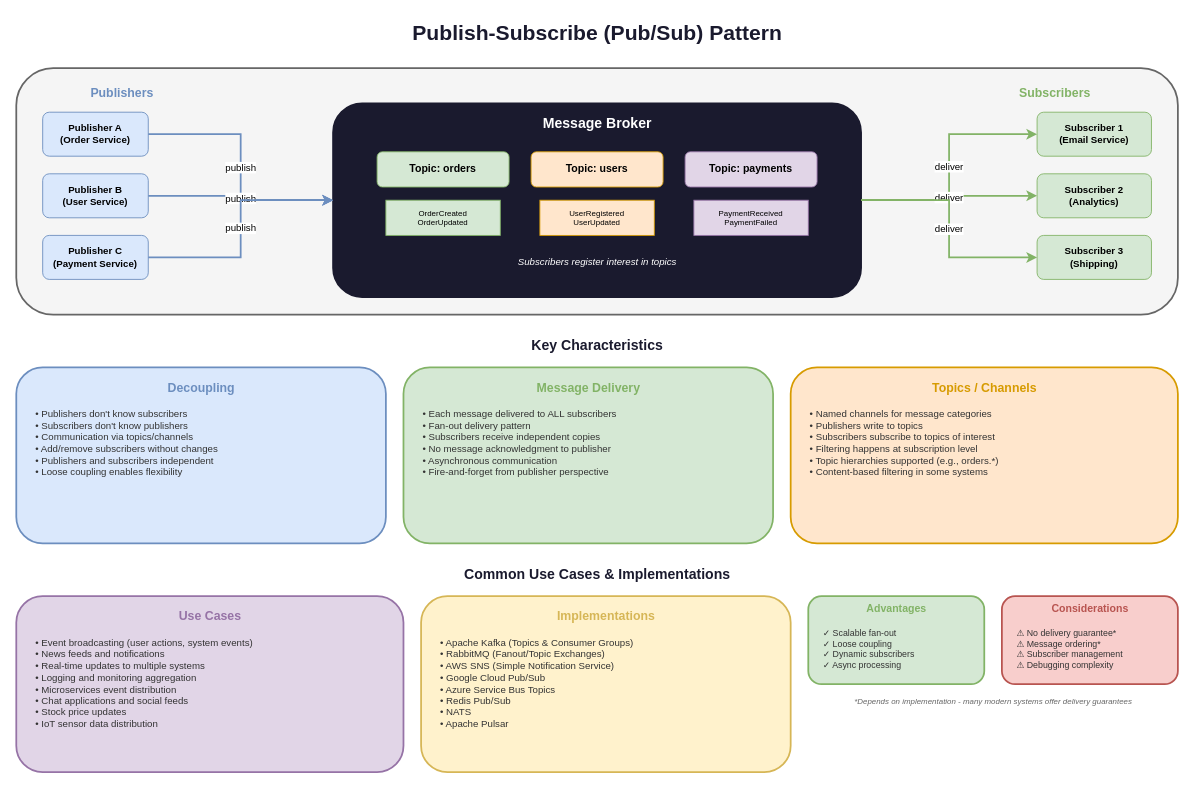
This is lesson-02-event-driven-architecture/diagrams/5.1-pubsub-pattern.drawio from MrParkerZ7/document-lesson-software-architect-x-claude, a draw.io file, before an edit. Source tidied: cells renumbered, new cells numbered last; positions are measured from the earlier drawing's top-left corner, leaving out a move shared by most shapes. Both pictures are drawn from the tidied source at 88%, with x=0, y=0 at pixel (16, 15).
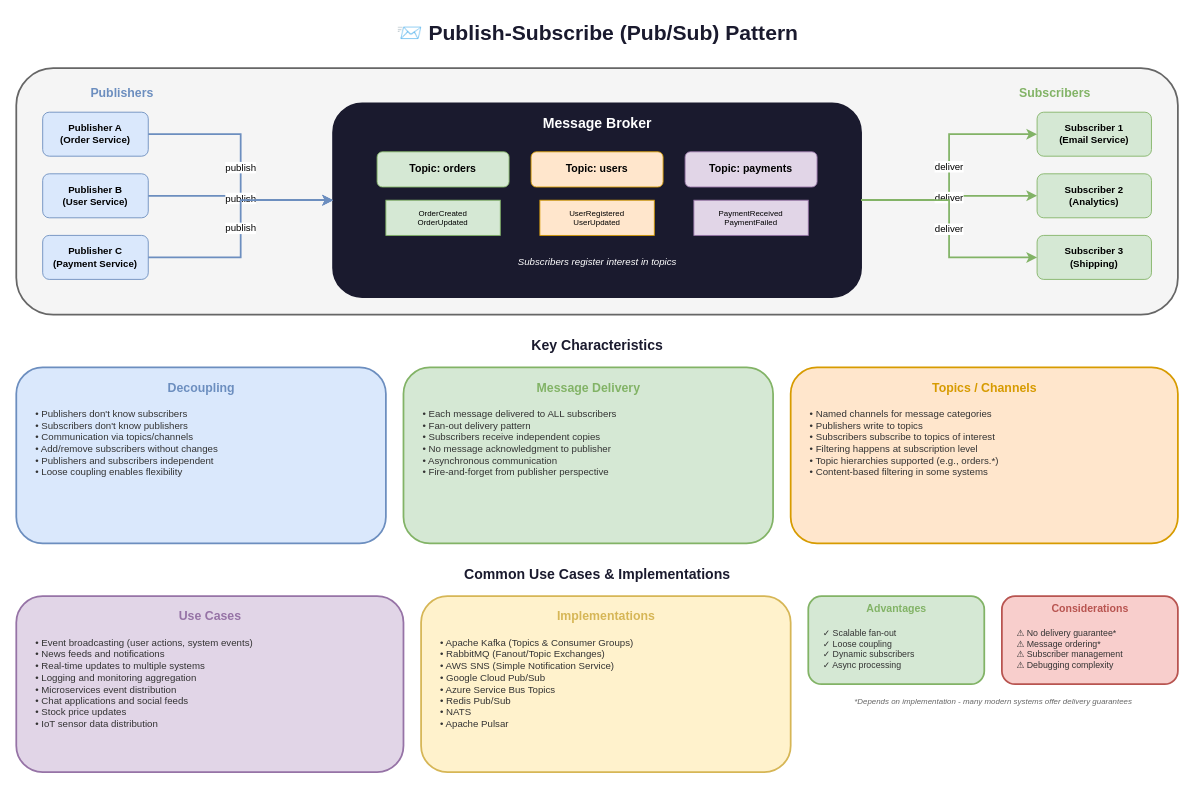
After the change.

The edit, as a diff of the source:
```diff
@@
-    <mxCell id="2" value="Publish-Subscribe (Pub/Sub) Pattern" style="text;html=1;strokeColor=none;fillColor=none;align=center;verticalAlign=middle;fontSize=24;fontStyle=1;fontColor=#1a1a2e;" parent="1" vertex="1">
+    <mxCell id="2" value="📨 Publish-Subscribe (Pub/Sub) Pattern" style="text;html=1;strokeColor=none;fillColor=none;align=center;verticalAlign=middle;fontSize=24;fontStyle=1;fontColor=#1a1a2e;" parent="1" vertex="1">
       <mxGeometry x="410" width="500" height="40" as="geometry" />
     </mxCell>
```
